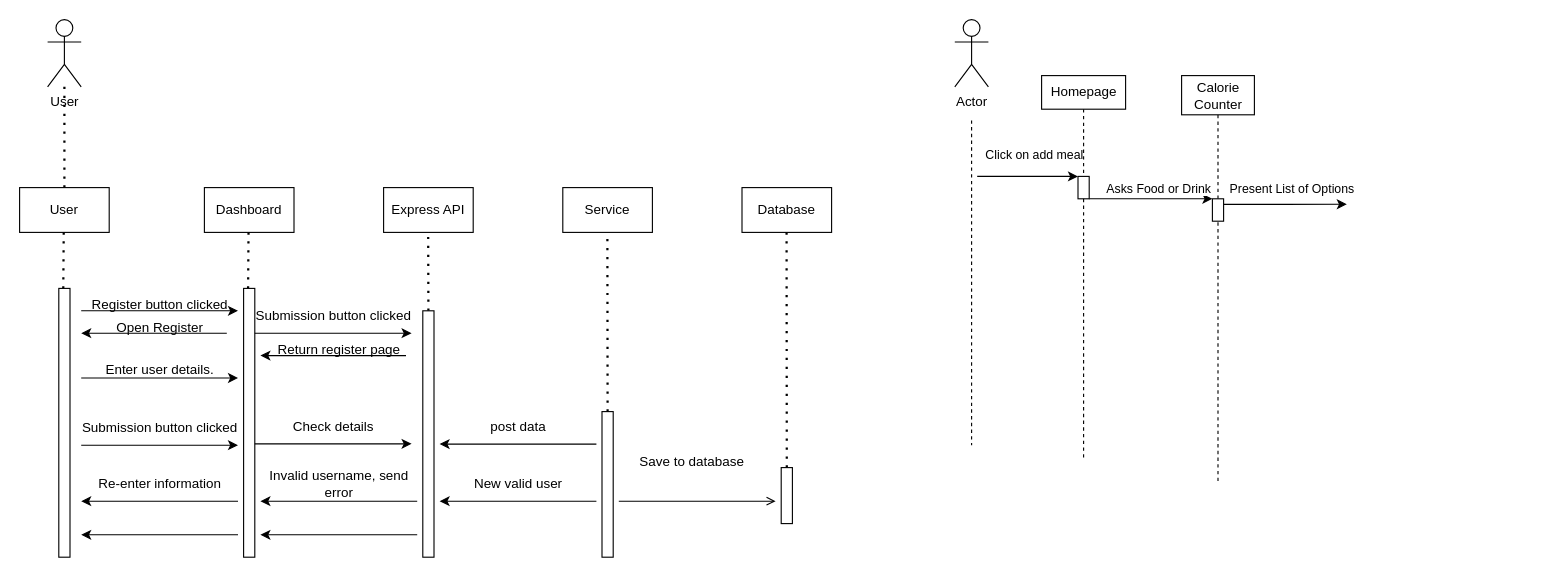
Earlier version of the draw.io diagram SD.drawio (aidanleonard0/swe-module). Source tidied: cells renumbered, new cells numbered last; positions are measured from the earlier drawing's top-left corner, leaving out a move shared by most shapes. Both pictures are drawn from the tidied source at 112%, with x=0, y=0 at pixel (19, 19).
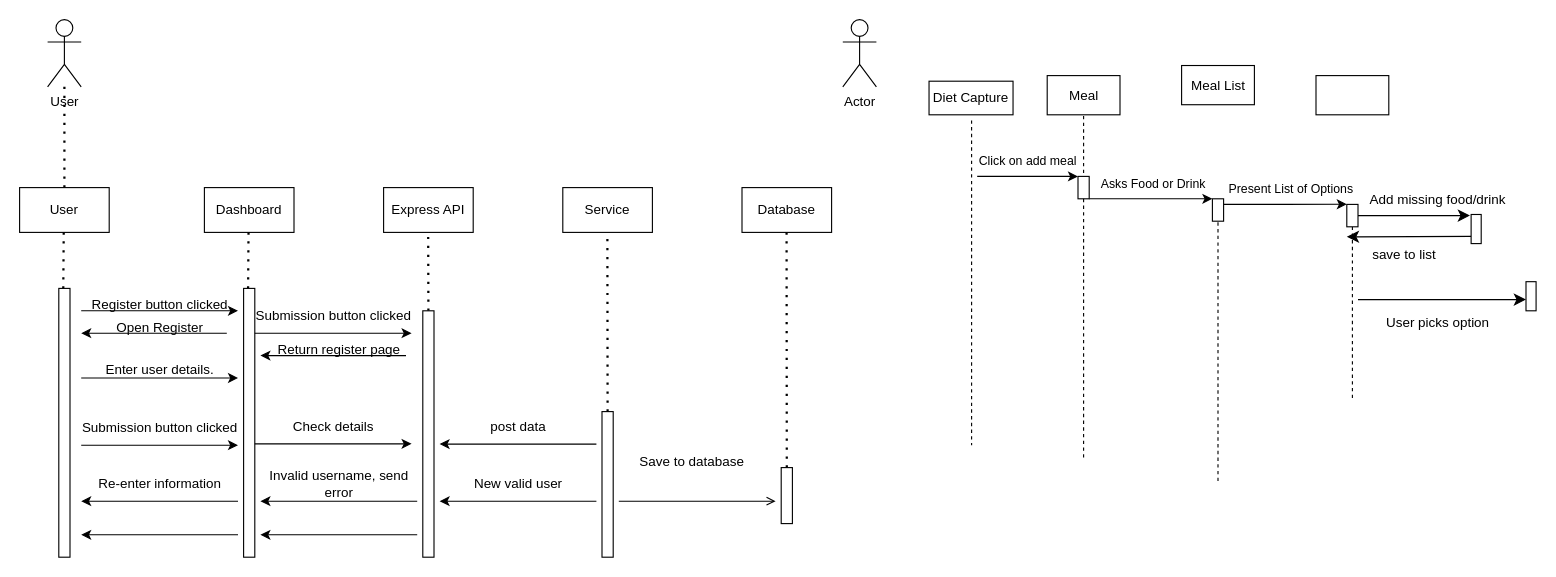
After the change.

The change refers to these unchanged cells:
```xml
<mxCell id="8" style="endArrow=classic;html=1;rounded=0;" parent="1" edge="1">
  <mxGeometry relative="1" as="geometry">
    <mxPoint x="855" y="140" as="sourcePoint" />
    <mxPoint x="945" y="140" as="targetPoint" />
  </mxGeometry>
</mxCell>
<mxCell id="18" style="endArrow=classic;html=1;rounded=0;exitX=1;exitY=0;exitDx=0;exitDy=0;" parent="1" edge="1" source="11">
  <mxGeometry relative="1" as="geometry">
    <mxPoint x="1065" y="160" as="targetPoint" />
  </mxGeometry>
</mxCell>
<mxCell id="23" style="edgeStyle=orthogonalEdgeStyle;rounded=0;jettySize=auto;html=1;exitX=0.25;exitY=0;exitDx=0;exitDy=0;" parent="1" edge="1" source="26">
  <mxGeometry relative="1" as="geometry">
    <mxPoint x="1185" y="164.8" as="targetPoint" />
  </mxGeometry>
</mxCell>
<mxCell id="26" style="rounded=0;whiteSpace=wrap;html=1;direction=south;" parent="1" vertex="1">
  <mxGeometry x="1065" y="160" width="10" height="20" as="geometry" />
</mxCell>
```

Change to the diagram source:
```diff
@@
     <mxCell id="6" value="Actor" style="shape=umlActor;verticalLabelPosition=bottom;verticalAlign=top;html=1;" parent="1" vertex="1">
-      <mxGeometry x="835" width="30" height="60" as="geometry" />
+      <mxGeometry x="735" width="30" height="60" as="geometry" />
     </mxCell>
@@
     <mxCell id="9" value="Click on add meal" style="edgeLabel;html=1;align=center;verticalAlign=middle;" parent="8" vertex="1">
       <mxGeometry x="0.14" y="-2" relative="1" as="geometry">
-        <mxPoint x="-1" y="-22" as="offset" />
+        <mxPoint x="-7" y="-17" as="offset" />
       </mxGeometry>
     </mxCell>
@@
-    <mxCell id="17" value="Homepage" style="rounded=0;whiteSpace=wrap;html=1;" parent="1" vertex="1">
-      <mxGeometry x="912.5" y="50" width="75" height="30" as="geometry" />
-    </mxCell>
@@
     <mxCell id="19" value="Asks Food or Drink" style="edgeLabel;html=1;align=center;verticalAlign=middle;" parent="18" vertex="1">
       <mxGeometry x="-0.26" y="3" relative="1" as="geometry">
-        <mxPoint x="20" y="-7" as="offset" />
+        <mxPoint x="15" y="-11" as="offset" />
       </mxGeometry>
     </mxCell>
@@
-    <mxCell id="21" style="edgeStyle=orthogonalEdgeStyle;rounded=0;jettySize=auto;html=1;exitX=0;exitY=0.5;exitDx=0;exitDy=0;entryX=0.5;entryY=1;entryDx=0;entryDy=0;endArrow=none;startFill=0;dashed=1;" parent="1" edge="1" source="26" target="30">
-      <mxGeometry relative="1" as="geometry" />
-    </mxCell>
@@
     <mxCell id="24" value="Present List of Options" style="edgeLabel;html=1;align=center;verticalAlign=middle;" parent="23" vertex="1">
       <mxGeometry x="-0.15" y="-1" relative="1" as="geometry">
-        <mxPoint x="13" y="-16" as="offset" />
+        <mxPoint x="12" y="-16" as="offset" />
       </mxGeometry>
     </mxCell>
@@
-    <mxCell id="30" value="Calorie Counter" style="rounded=0;whiteSpace=wrap;html=1;" parent="1" vertex="1">
-      <mxGeometry x="1037.5" y="50" width="65" height="35" as="geometry" />
+    <mxCell id="30" value="Meal" style="rounded=0;whiteSpace=wrap;html=1;" parent="1" vertex="1">
+      <mxGeometry x="917.5" y="50" width="65" height="35" as="geometry" />
     </mxCell>
@@
+    <mxCell id="61" style="edgeStyle=none;curved=1;rounded=0;jettySize=auto;html=1;fontSize=12;startSize=8;endSize=8;" parent="1" edge="1" source="65">
+      <mxGeometry relative="1" as="geometry">
+        <mxPoint x="1295" y="175" as="targetPoint" />
+      </mxGeometry>
+    </mxCell>
+    <mxCell id="62" value="User picks option" style="edgeLabel;html=1;align=center;verticalAlign=middle;fontSize=12;" parent="61" vertex="1">
+      <mxGeometry x="-0.36" relative="1" as="geometry">
+        <mxPoint x="38" y="95" as="offset" />
+      </mxGeometry>
+    </mxCell>
+    <mxCell id="63" value="Add missing food/drink" style="edgeLabel;html=1;align=center;verticalAlign=middle;fontSize=12;" parent="61" vertex="1">
+      <mxGeometry x="-0.48" y="-2" relative="1" as="geometry">
+        <mxPoint x="44" y="-17" as="offset" />
+      </mxGeometry>
+    </mxCell>
@@
+    <mxCell id="64" style="edgeStyle=none;curved=1;rounded=0;jettySize=auto;html=1;fontSize=12;startSize=8;endSize=8;dashed=1;endArrow=none;startFill=0;" parent="1" edge="1" source="65">
+      <mxGeometry relative="1" as="geometry">
+        <mxPoint x="1190" y="340" as="targetPoint" />
+      </mxGeometry>
+    </mxCell>
@@
+    <mxCell id="65" style="rounded=0;whiteSpace=wrap;html=1;direction=south;" parent="1" vertex="1">
+      <mxGeometry x="1185" y="165" width="10" height="20" as="geometry" />
+    </mxCell>
@@
+    <mxCell id="66" style="edgeStyle=none;curved=1;rounded=0;jettySize=auto;html=1;exitX=0.75;exitY=1;exitDx=0;exitDy=0;fontSize=12;startSize=8;endSize=8;" parent="1" edge="1" source="68">
+      <mxGeometry relative="1" as="geometry">
+        <mxPoint x="1185" y="194" as="targetPoint" />
+      </mxGeometry>
+    </mxCell>
+    <mxCell id="67" value="save to list" style="edgeLabel;html=1;align=center;verticalAlign=middle;fontSize=12;" parent="66" vertex="1">
+      <mxGeometry x="0.41" y="3" relative="1" as="geometry">
+        <mxPoint x="17" y="13" as="offset" />
+      </mxGeometry>
+    </mxCell>
@@
+    <mxCell id="68" style="rounded=0;whiteSpace=wrap;html=1;direction=south;" parent="1" vertex="1">
+      <mxGeometry x="1296" y="174" width="9" height="26" as="geometry" />
+    </mxCell>
@@
+    <mxCell id="69" style="rounded=0;whiteSpace=wrap;html=1;direction=south;" parent="1" vertex="1">
+      <mxGeometry x="1345" y="234" width="9" height="26" as="geometry" />
+    </mxCell>
@@
+    <mxCell id="70" style="edgeStyle=none;orthogonalLoop=1;jettySize=auto;html=1;rounded=0;fontSize=12;startSize=8;endSize=8;curved=1;" parent="1" edge="1">
+      <mxGeometry relative="1" as="geometry">
+        <mxPoint x="1195" y="250" as="sourcePoint" />
+        <mxPoint x="1345" y="250" as="targetPoint" />
+      </mxGeometry>
+    </mxCell>
@@
+    <mxCell id="71" value="Diet Capture" style="rounded=0;whiteSpace=wrap;html=1;" parent="1" vertex="1">
+      <mxGeometry x="812" y="55" width="75" height="30" as="geometry" />
+    </mxCell>
@@
+    <mxCell id="72" value="Meal List" style="rounded=0;whiteSpace=wrap;html=1;" parent="1" vertex="1">
+      <mxGeometry x="1037.5" y="41" width="65" height="35" as="geometry" />
+    </mxCell>
@@
+    <mxCell id="73" style="rounded=0;whiteSpace=wrap;html=1;" parent="1" vertex="1">
+      <mxGeometry x="1157.5" y="50" width="65" height="35" as="geometry" />
+    </mxCell>
```
